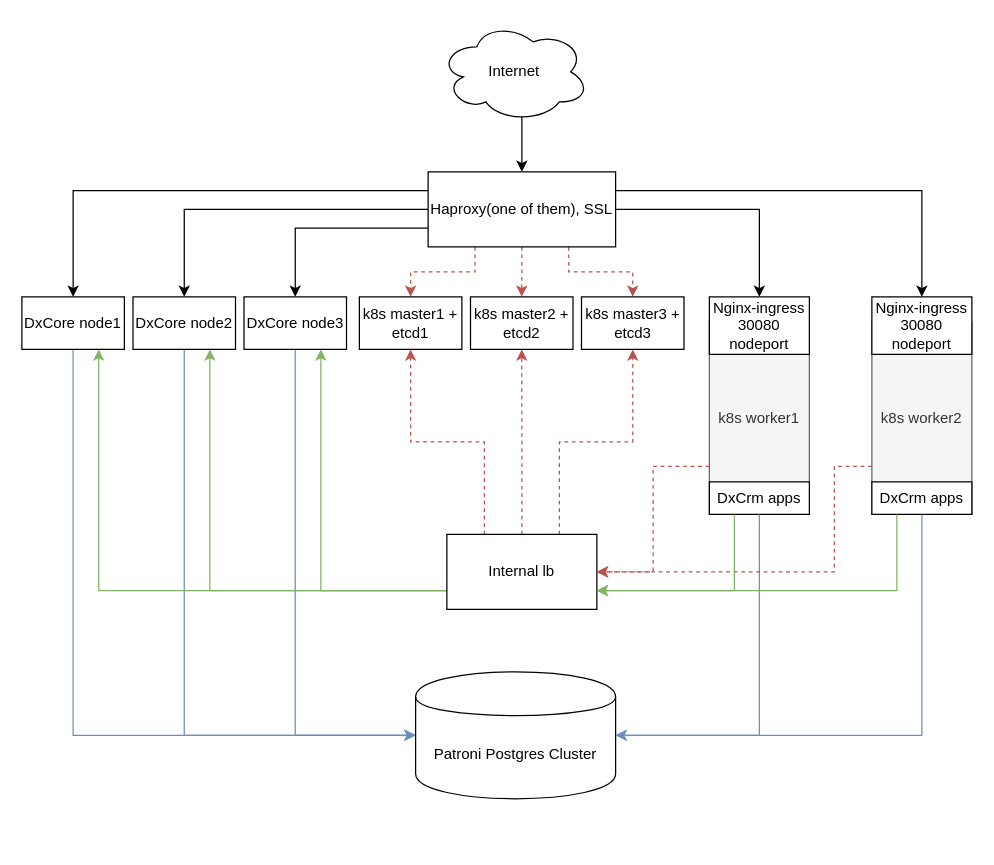
Before: v2.drawio in kpbll/draw.io, a draw.io diagram. Source tidied: cells renumbered, new cells numbered last; positions are measured from the earlier drawing's top-left corner, leaving out a move shared by most shapes. Both pictures are drawn from the tidied source at 125%, with x=0, y=0 at pixel (21, 21).
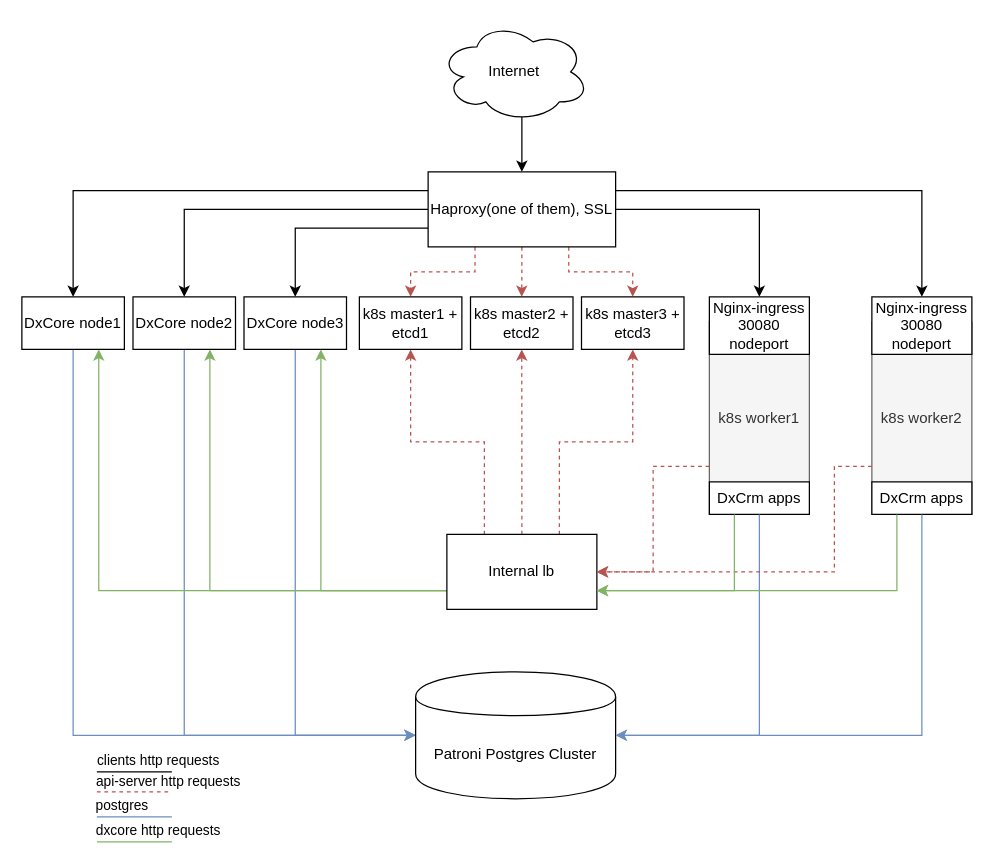
After the change.

Change to the diagram source:
```diff
@@
+    <mxCell id="44" style="endArrow=none;html=1;fillColor=#f8cecc;strokeColor=#b85450;dashed=1;" parent="1" edge="1">
+      <mxGeometry relative="1" as="geometry">
+        <mxPoint x="60" y="616" as="sourcePoint" />
+        <mxPoint x="120" y="616" as="targetPoint" />
+      </mxGeometry>
+    </mxCell>
+    <mxCell id="45" value="api-server http requests" style="edgeLabel;html=1;align=center;verticalAlign=middle;" parent="44" vertex="1">
+      <mxGeometry x="0.15" y="-1" relative="1" as="geometry">
+        <mxPoint x="21" y="-10" as="offset" />
+      </mxGeometry>
+    </mxCell>
+    <mxCell id="46" style="endArrow=none;html=1;fillColor=#dae8fc;strokeColor=#6c8ebf;" parent="1" edge="1">
+      <mxGeometry relative="1" as="geometry">
+        <mxPoint x="60" y="636" as="sourcePoint" />
+        <mxPoint x="120" y="636" as="targetPoint" />
+      </mxGeometry>
+    </mxCell>
+    <mxCell id="47" value="postgres" style="edgeLabel;html=1;align=center;verticalAlign=middle;" parent="46" vertex="1">
+      <mxGeometry x="0.15" y="-1" relative="1" as="geometry">
+        <mxPoint x="-16" y="-11" as="offset" />
+      </mxGeometry>
+    </mxCell>
+    <mxCell id="48" style="endArrow=none;html=1;fillColor=#d5e8d4;strokeColor=#82b366;" parent="1" edge="1">
+      <mxGeometry relative="1" as="geometry">
+        <mxPoint x="60" y="656" as="sourcePoint" />
+        <mxPoint x="120" y="656" as="targetPoint" />
+      </mxGeometry>
+    </mxCell>
+    <mxCell id="49" value="dxcore http requests" style="edgeLabel;html=1;align=center;verticalAlign=middle;" parent="48" vertex="1">
+      <mxGeometry x="0.15" y="-1" relative="1" as="geometry">
+        <mxPoint x="13" y="-11" as="offset" />
+      </mxGeometry>
+    </mxCell>
+    <mxCell id="50" style="endArrow=none;html=1;" parent="1" edge="1">
+      <mxGeometry relative="1" as="geometry">
+        <mxPoint x="60" y="600" as="sourcePoint" />
+        <mxPoint x="120" y="600" as="targetPoint" />
+      </mxGeometry>
+    </mxCell>
+    <mxCell id="51" value="clients http requests" style="edgeLabel;html=1;align=center;verticalAlign=middle;" parent="50" vertex="1">
+      <mxGeometry x="0.15" y="-1" relative="1" as="geometry">
+        <mxPoint x="13" y="-11" as="offset" />
+      </mxGeometry>
+    </mxCell>
```
